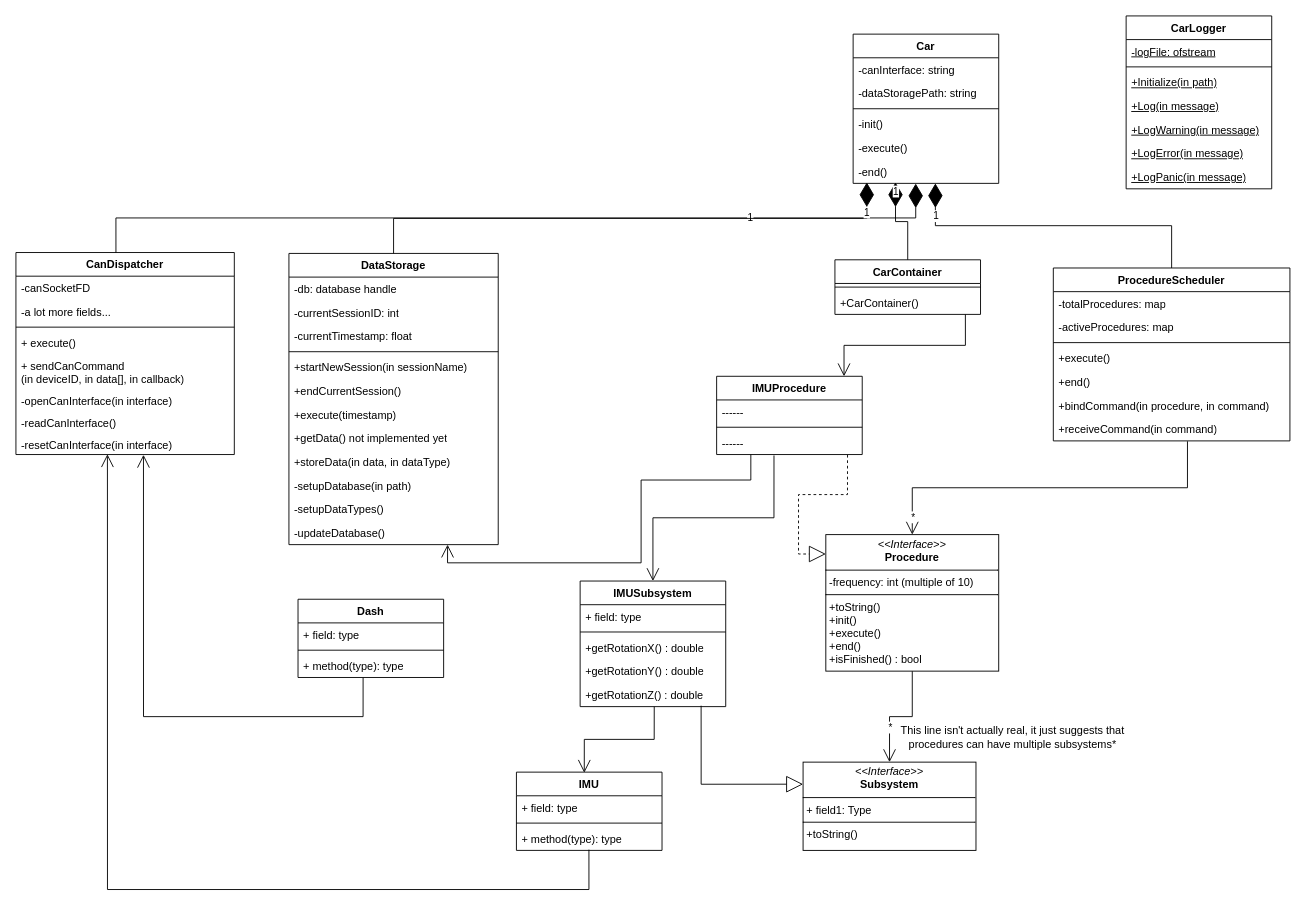
Above: doc/Car.drawio in UofA-BAJA/2024-2025-Firmware (draw.io), before the change. Source tidied: cells renumbered, new cells numbered last; positions are measured from the earlier drawing's top-left corner, leaving out a move shared by most shapes. Both pictures are drawn from the tidied source at 91%, with x=0, y=0 at pixel (15, 15).
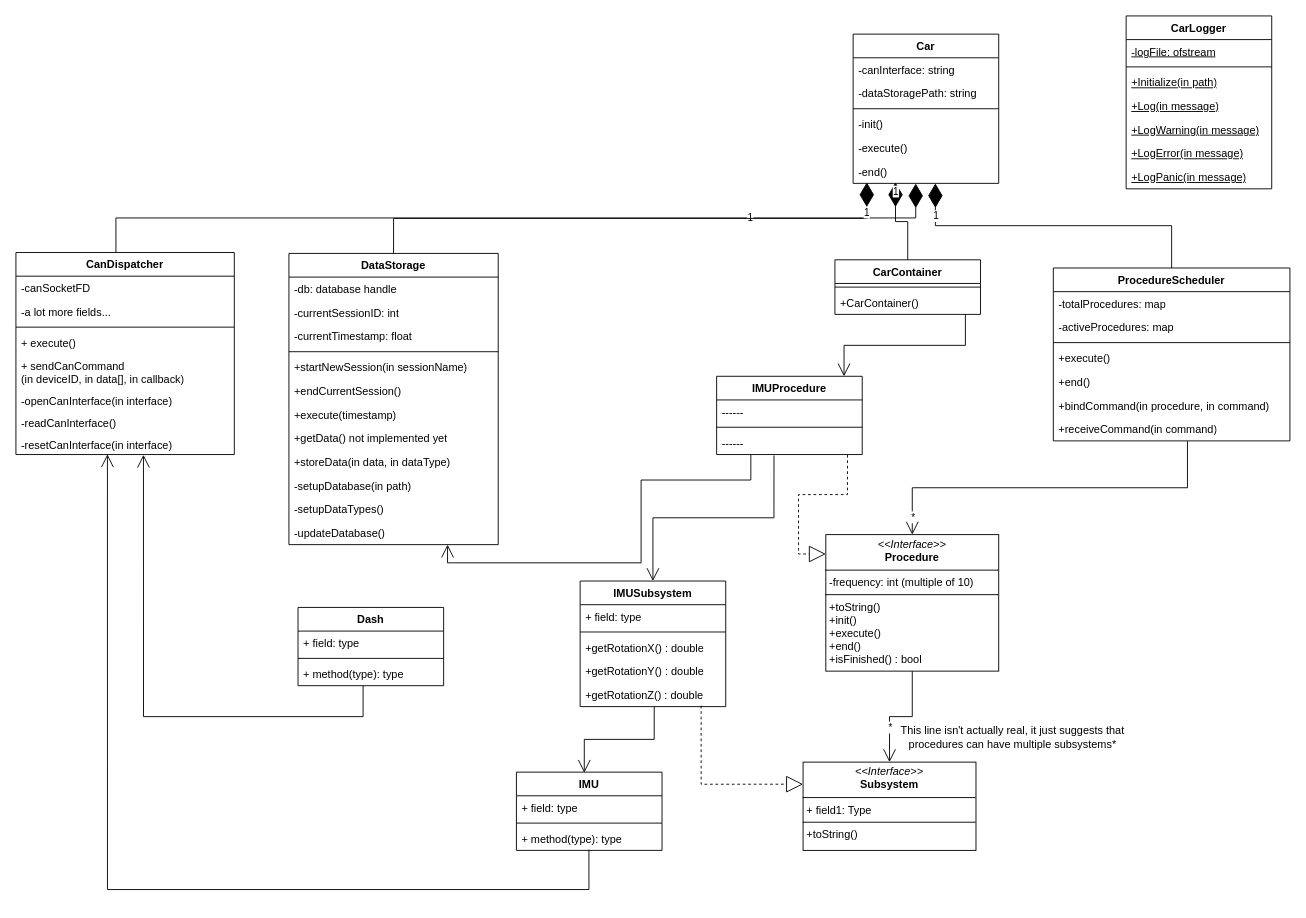
Above is the later version.

The change refers to these unchanged cells:
```xml
<mxCell id="72" value="&lt;p style=&quot;margin:0px;margin-top:4px;text-align:center;&quot;&gt;&lt;i&gt;&amp;lt;&amp;lt;Interface&amp;gt;&amp;gt;&lt;/i&gt;&lt;br&gt;&lt;b&gt;Subsystem&lt;/b&gt;&lt;/p&gt;&lt;hr size=&quot;1&quot; style=&quot;border-style:solid;&quot;&gt;&lt;p style=&quot;margin:0px;margin-left:4px;&quot;&gt;+ field1: Type&lt;br&gt;&lt;/p&gt;&lt;hr size=&quot;1&quot; style=&quot;border-style:solid;&quot;&gt;&lt;p style=&quot;margin:0px;margin-left:4px;&quot;&gt;+toString()&lt;/p&gt;" style="verticalAlign=top;align=left;overflow=fill;html=1;whiteSpace=wrap;" parent="1" vertex="1">
  <mxGeometry x="865" y="820" width="190" height="97" as="geometry" />
</mxCell>
<mxCell id="84" value="+getRotationZ() : double" style="text;strokeColor=none;fillColor=none;align=left;verticalAlign=top;spacingLeft=4;spacingRight=4;overflow=hidden;points=[[0,0.5],[1,0.5]];portConstraint=eastwest;whiteSpace=wrap;html=1;" parent="79" vertex="1">
  <mxGeometry y="112" width="160" height="26" as="geometry" />
</mxCell>
```

What changed in the source:
```diff
@@
     <mxCell id="62" value="Dash" style="swimlane;fontStyle=1;align=center;verticalAlign=top;horizontal=1;startSize=26;whiteSpace=wrap;html=1;" parent="1" vertex="1">
-      <mxGeometry x="310" y="641" width="160" height="86" as="geometry" />
+      <mxGeometry x="310" y="650" width="160" height="86" as="geometry" />
     </mxCell>
@@
-    <mxCell id="85" style="endArrow=block;endSize=16;endFill=0;html=1;rounded=0;edgeStyle=orthogonalEdgeStyle;entryX=0;entryY=0.25;entryDx=0;entryDy=0;exitX=0.831;exitY=0.962;exitDx=0;exitDy=0;exitPerimeter=0;" parent="1" edge="1" source="84" target="72">
+    <mxCell id="85" style="endArrow=block;endSize=16;endFill=0;html=1;rounded=0;edgeStyle=orthogonalEdgeStyle;entryX=0;entryY=0.25;entryDx=0;entryDy=0;exitX=0.831;exitY=0.962;exitDx=0;exitDy=0;exitPerimeter=0;dashed=1;" parent="1" edge="1" source="84" target="72">
       <mxGeometry relative="1" as="geometry" />
     </mxCell>
```
